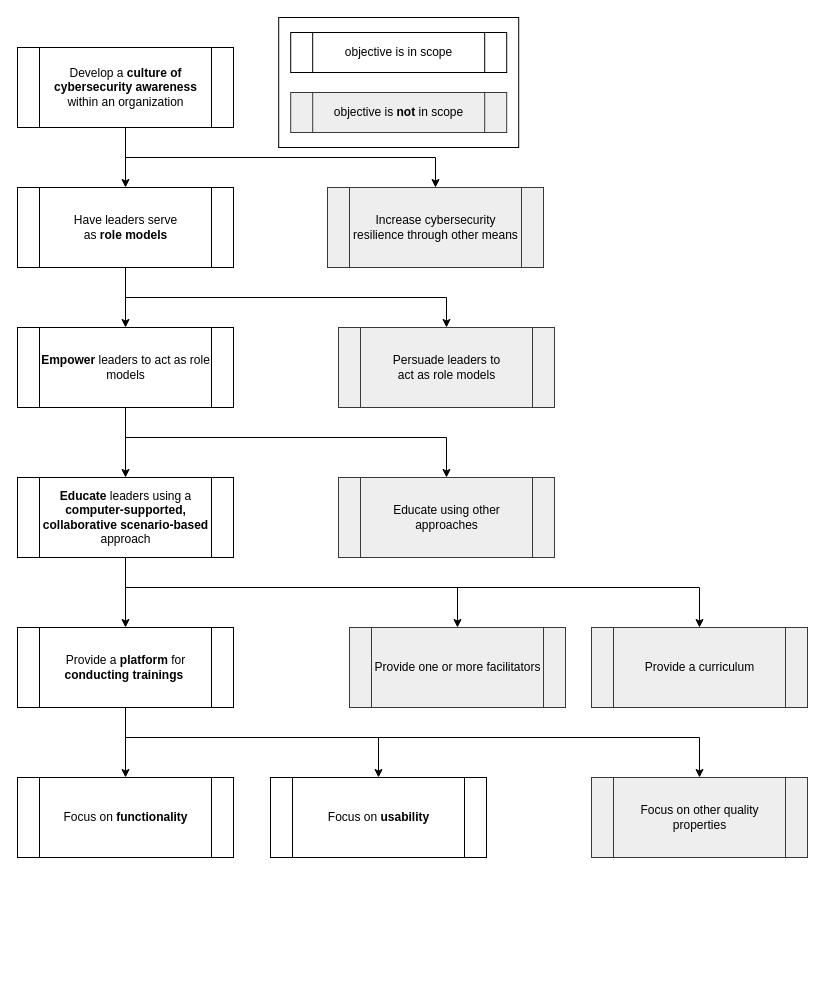
The draw.io diagram page "Overall project goals" (1 of 2) of artefacts/project-level/diagrams/editable_files/Goal hierarchy EEP.drawio in Elias-Ladenburger/CSEP, before the edit. Source tidied: cells renumbered, new cells numbered last; positions are measured from the earlier drawing's top-left corner, leaving out a move shared by most shapes. Both pictures are drawn from the tidied source at 100%, with x=0, y=0 at pixel (17, 17).
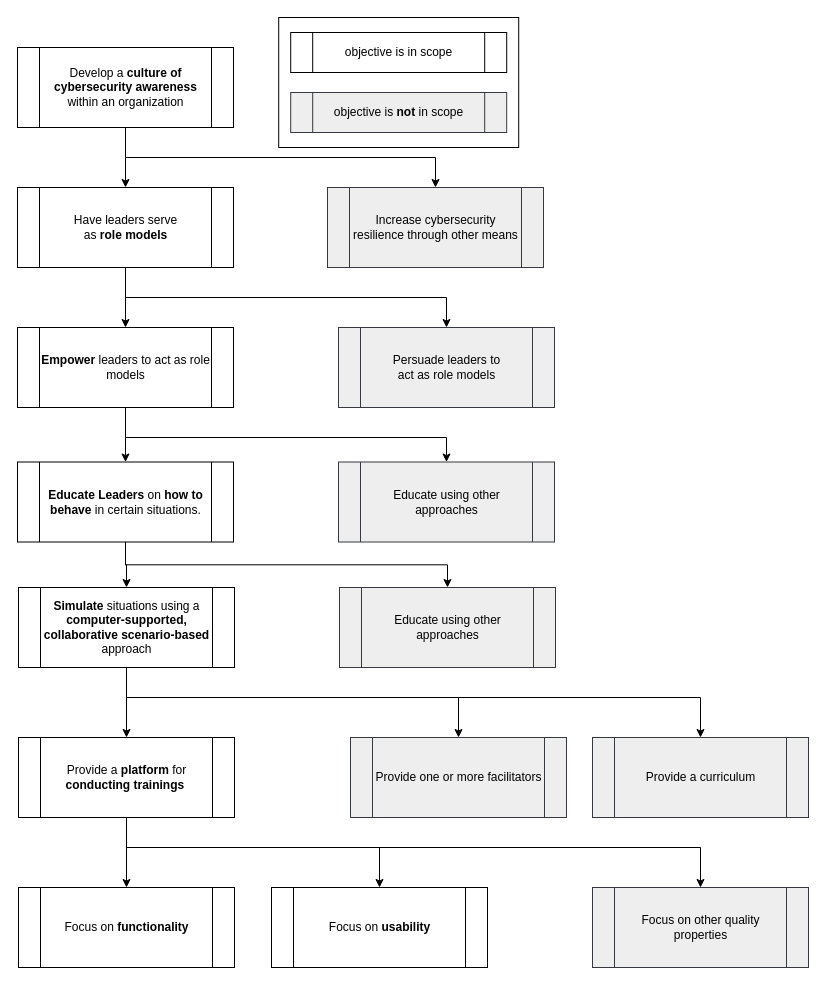
The same page after the edit.

The change refers to these unchanged cells:
```xml
<mxCell id="12" value="&lt;b&gt;Empower&lt;/b&gt; leaders to act as role models" style="shape=process;whiteSpace=wrap;html=1;backgroundOutline=1;" parent="1" vertex="1">
  <mxGeometry y="310" width="216" height="80" as="geometry" />
</mxCell>
```

What changed in the source:
```diff
@@
-    <mxCell id="10" style="edgeStyle=orthogonalEdgeStyle;rounded=0;jettySize=auto;html=1;entryX=0.5;entryY=0;entryDx=0;entryDy=0;" parent="1" edge="1" source="12" target="17">
+    <mxCell id="10" style="edgeStyle=orthogonalEdgeStyle;rounded=0;jettySize=auto;html=1;entryX=0.5;entryY=0;entryDx=0;entryDy=0;" parent="1" edge="1" source="12" target="32">
       <mxGeometry relative="1" as="geometry" />
     </mxCell>
-    <mxCell id="11" style="edgeStyle=orthogonalEdgeStyle;rounded=0;jettySize=auto;html=1;entryX=0.5;entryY=0;entryDx=0;entryDy=0;" parent="1" edge="1" source="12" target="22">
+    <mxCell id="11" style="edgeStyle=orthogonalEdgeStyle;rounded=0;jettySize=auto;html=1;entryX=0.5;entryY=0;entryDx=0;entryDy=0;" parent="1" edge="1" source="12" target="33">
       <mxGeometry relative="1" as="geometry">
         <Array as="points">
           <mxPoint x="108" y="420" />
           <mxPoint x="429" y="420" />
         </Array>
       </mxGeometry>
     </mxCell>
@@
     <mxCell id="14" style="edgeStyle=orthogonalEdgeStyle;rounded=0;jettySize=auto;html=1;" parent="1" edge="1" source="17" target="21">
       <mxGeometry relative="1" as="geometry">
         <Array as="points">
-          <mxPoint x="108" y="570" />
-          <mxPoint x="108" y="570" />
+          <mxPoint x="109" y="680" />
+          <mxPoint x="109" y="680" />
         </Array>
       </mxGeometry>
     </mxCell>
     <mxCell id="15" style="edgeStyle=orthogonalEdgeStyle;rounded=0;jettySize=auto;html=1;entryX=0.5;entryY=0;entryDx=0;entryDy=0;" parent="1" edge="1" source="17" target="23">
       <mxGeometry relative="1" as="geometry">
         <Array as="points">
-          <mxPoint x="108" y="570" />
-          <mxPoint x="682" y="570" />
+          <mxPoint x="109" y="680" />
+          <mxPoint x="683" y="680" />
         </Array>
       </mxGeometry>
     </mxCell>
     <mxCell id="16" style="edgeStyle=orthogonalEdgeStyle;rounded=0;jettySize=auto;html=1;entryX=0.5;entryY=0;entryDx=0;entryDy=0;" parent="1" edge="1" source="17" target="24">
       <mxGeometry relative="1" as="geometry">
         <Array as="points">
-          <mxPoint x="108" y="570" />
-          <mxPoint x="440" y="570" />
+          <mxPoint x="109" y="680" />
+          <mxPoint x="441" y="680" />
         </Array>
       </mxGeometry>
     </mxCell>
-    <mxCell id="17" value="&lt;b&gt;Educate &lt;/b&gt;leaders using a &lt;b&gt;computer-supported, collaborative scenario-based &lt;/b&gt;approach" style="shape=process;whiteSpace=wrap;html=1;backgroundOutline=1;" parent="1" vertex="1">
-      <mxGeometry y="460" width="216" height="80" as="geometry" />
+    <mxCell id="17" value="&lt;b&gt;Simulate &lt;/b&gt;situations using a &lt;b&gt;computer-supported, collaborative scenario-based &lt;/b&gt;approach" style="shape=process;whiteSpace=wrap;html=1;backgroundOutline=1;" parent="1" vertex="1">
+      <mxGeometry x="1" y="570" width="216" height="80" as="geometry" />
     </mxCell>
     <mxCell id="18" style="edgeStyle=orthogonalEdgeStyle;rounded=0;jettySize=auto;html=1;entryX=0.5;entryY=0;entryDx=0;entryDy=0;exitX=0.5;exitY=1;exitDx=0;exitDy=0;" parent="1" edge="1" source="21" target="25">
       <mxGeometry relative="1" as="geometry">
         <Array as="points">
-          <mxPoint x="108" y="720" />
-          <mxPoint x="361" y="720" />
+          <mxPoint x="109" y="830" />
+          <mxPoint x="362" y="830" />
         </Array>
       </mxGeometry>
     </mxCell>
     <mxCell id="19" style="edgeStyle=orthogonalEdgeStyle;rounded=0;jettySize=auto;html=1;entryX=0.5;entryY=0;entryDx=0;entryDy=0;" parent="1" edge="1" source="21" target="26">
       <mxGeometry relative="1" as="geometry">
         <Array as="points">
-          <mxPoint x="108" y="720" />
-          <mxPoint x="682" y="720" />
+          <mxPoint x="109" y="830" />
+          <mxPoint x="683" y="830" />
         </Array>
       </mxGeometry>
     </mxCell>
     <mxCell id="20" style="edgeStyle=orthogonalEdgeStyle;rounded=0;jettySize=auto;html=1;" parent="1" edge="1" source="21" target="27">
       <mxGeometry relative="1" as="geometry">
         <Array as="points">
-          <mxPoint x="108" y="710" />
-          <mxPoint x="108" y="710" />
+          <mxPoint x="109" y="820" />
+          <mxPoint x="109" y="820" />
         </Array>
       </mxGeometry>
     </mxCell>
     <mxCell id="21" value="Provide a &lt;b&gt;platform &lt;/b&gt;for &lt;b&gt;conducting trainings&amp;nbsp;&lt;/b&gt;" style="shape=process;whiteSpace=wrap;html=1;backgroundOutline=1;" parent="1" vertex="1">
-      <mxGeometry y="610" width="216" height="80" as="geometry" />
+      <mxGeometry x="1" y="720" width="216" height="80" as="geometry" />
     </mxCell>
     <mxCell id="22" value="Educate using other approaches" style="shape=process;whiteSpace=wrap;html=1;backgroundOutline=1;fillColor=#eeeeee;strokeColor=#36393d;" parent="1" vertex="1">
-      <mxGeometry x="321" y="460" width="216" height="80" as="geometry" />
+      <mxGeometry x="322" y="570" width="216" height="80" as="geometry" />
     </mxCell>
     <mxCell id="23" value="Provide a curriculum" style="shape=process;whiteSpace=wrap;html=1;backgroundOutline=1;fillColor=#eeeeee;strokeColor=#36393d;" parent="1" vertex="1">
-      <mxGeometry x="574" y="610" width="216" height="80" as="geometry" />
+      <mxGeometry x="575" y="720" width="216" height="80" as="geometry" />
     </mxCell>
     <mxCell id="24" value="Provide one or more facilitators" style="shape=process;whiteSpace=wrap;html=1;backgroundOutline=1;fillColor=#eeeeee;strokeColor=#36393d;" parent="1" vertex="1">
-      <mxGeometry x="332" y="610" width="216" height="80" as="geometry" />
+      <mxGeometry x="333" y="720" width="216" height="80" as="geometry" />
     </mxCell>
     <mxCell id="25" value="Focus on &lt;b&gt;usability&lt;/b&gt;" style="shape=process;whiteSpace=wrap;html=1;backgroundOutline=1;" parent="1" vertex="1">
-      <mxGeometry x="253" y="760" width="216" height="80" as="geometry" />
+      <mxGeometry x="254" y="870" width="216" height="80" as="geometry" />
     </mxCell>
     <mxCell id="26" value="Focus on other quality properties" style="shape=process;whiteSpace=wrap;html=1;backgroundOutline=1;fillColor=#eeeeee;strokeColor=#36393d;" parent="1" vertex="1">
-      <mxGeometry x="574" y="760" width="216" height="80" as="geometry" />
+      <mxGeometry x="575" y="870" width="216" height="80" as="geometry" />
     </mxCell>
     <mxCell id="27" value="Focus on &lt;b&gt;functionality&lt;/b&gt;" style="shape=process;whiteSpace=wrap;html=1;backgroundOutline=1;" parent="1" vertex="1">
-      <mxGeometry y="760" width="216" height="80" as="geometry" />
+      <mxGeometry x="1" y="870" width="216" height="80" as="geometry" />
     </mxCell>
@@
+    <mxCell id="30" style="edgeStyle=orthogonalEdgeStyle;rounded=0;jettySize=auto;html=1;" parent="1" edge="1" source="32" target="17">
+      <mxGeometry relative="1" as="geometry" />
+    </mxCell>
+    <mxCell id="31" style="edgeStyle=orthogonalEdgeStyle;rounded=0;jettySize=auto;html=1;entryX=0.5;entryY=0;entryDx=0;entryDy=0;exitX=0.5;exitY=1;exitDx=0;exitDy=0;" parent="1" edge="1" source="32" target="22">
+      <mxGeometry relative="1" as="geometry" />
+    </mxCell>
+    <mxCell id="32" value="&lt;b&gt;Educate Leaders&lt;/b&gt;&amp;nbsp;on &lt;b&gt;how to behave &lt;/b&gt;in certain situations." style="shape=process;whiteSpace=wrap;html=1;backgroundOutline=1;" parent="1" vertex="1">
+      <mxGeometry y="444.5" width="216" height="80" as="geometry" />
+    </mxCell>
+    <mxCell id="33" value="Educate using other approaches" style="shape=process;whiteSpace=wrap;html=1;backgroundOutline=1;fillColor=#eeeeee;strokeColor=#36393d;" parent="1" vertex="1">
+      <mxGeometry x="321" y="444.5" width="216" height="80" as="geometry" />
+    </mxCell>
```
